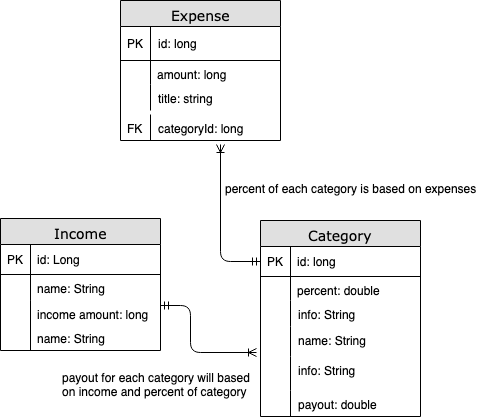
Above: docs/budget_erd_2.png in TreyPage/budget-backwards (draw.io), before the change. Source tidied: cells renumbered, new cells last; positions are measured from the earlier drawing's top-left corner, leaving out a move shared by most shapes.
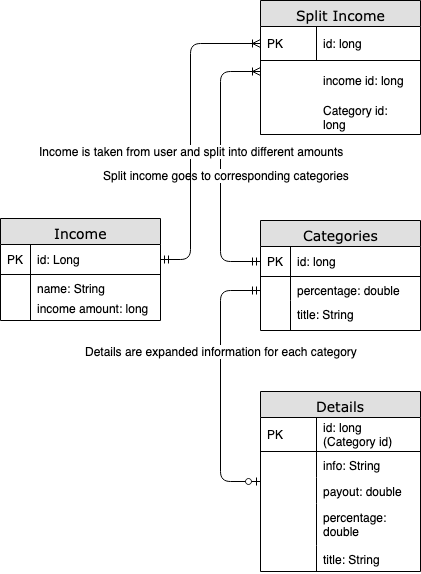
The same diagram one commit later.

What changed in the source:
```diff
@@ -2,128 +2,142 @@
   <root>
     <mxCell id="0" />
     <mxCell id="1" parent="0" />
-    <mxCell id="2" value="Expense" style="swimlane;html=1;fontStyle=0;horizontal=1;startSize=26;fillColor=#e0e0e0;swimlaneFillColor=#ffffff;align=center;rounded=0;shadow=0;comic=0;labelBackgroundColor=none;strokeColor=#000000;strokeWidth=1;fontFamily=Verdana;fontSize=14;fontColor=#000000;" parent="1" vertex="1">
-      <mxGeometry x="120" width="160" height="140" as="geometry" />
+    <mxCell id="2" value="Split Income" style="swimlane;html=1;fontStyle=0;horizontal=1;startSize=26;fillColor=#e0e0e0;swimlaneFillColor=#ffffff;align=center;rounded=0;shadow=0;comic=0;labelBackgroundColor=none;strokeColor=#000000;strokeWidth=1;fontFamily=Verdana;fontSize=14;fontColor=#000000;" parent="1" vertex="1">
+      <mxGeometry x="260" width="160" height="134" as="geometry" />
     </mxCell>
-    <mxCell id="3" value="id: long" style="shape=partialRectangle;top=0;left=0;right=0;bottom=1;html=1;align=left;verticalAlign=middle;fillColor=none;spacingLeft=35;spacingRight=4;whiteSpace=wrap;overflow=hidden;points=[[0,0.5],[1,0.5]];portConstraint=eastwest;fontStyle=0;" parent="2" vertex="1">
+    <mxCell id="3" value="id: long" style="shape=partialRectangle;top=0;left=0;right=0;bottom=1;html=1;align=left;verticalAlign=middle;fillColor=none;spacingLeft=60;spacingRight=4;whiteSpace=wrap;overflow=hidden;points=[[0,0.5],[1,0.5]];portConstraint=eastwest;fontStyle=0;" parent="2" vertex="1">
       <mxGeometry y="26" width="160" height="34" as="geometry" />
     </mxCell>
     <mxCell id="4" value="PK" style="shape=partialRectangle;fontStyle=0;top=0;left=0;bottom=0;html=1;fillColor=none;align=left;verticalAlign=middle;spacingLeft=4;spacingRight=4;whiteSpace=wrap;overflow=hidden;" parent="3" vertex="1">
-      <mxGeometry width="30" height="34" as="geometry" />
+      <mxGeometry width="56" height="34" as="geometry" />
     </mxCell>
-    <mxCell id="5" value="amount: long" style="shape=partialRectangle;top=0;left=0;right=0;bottom=0;html=1;align=left;verticalAlign=top;fillColor=none;spacingLeft=34;spacingRight=4;whiteSpace=wrap;overflow=hidden;" parent="2" vertex="1">
-      <mxGeometry y="60" width="160" height="24" as="geometry" />
+    <mxCell id="5" value="income id: long" style="shape=partialRectangle;top=0;left=1;right=0;bottom=0;html=1;align=left;verticalAlign=middle;fillColor=none;spacingLeft=60;spacingRight=4;whiteSpace=wrap;overflow=hidden;fontStyle=0;labelBorderColor=none;perimeterSpacing=0;" parent="2" vertex="1">
+      <mxGeometry y="60" width="160" height="40" as="geometry" />
     </mxCell>
-    <mxCell id="6" style="shape=partialRectangle;top=0;left=0;bottom=0;html=1;fillColor=none;align=left;verticalAlign=top;spacingLeft=4;spacingRight=4;whiteSpace=wrap;overflow=hidden;" parent="5" vertex="1">
-      <mxGeometry width="30" height="24" as="geometry" />
+    <mxCell id="6" value="Category id: long" style="shape=partialRectangle;top=0;left=1;right=0;bottom=0;html=1;align=left;verticalAlign=middle;fillColor=none;spacingLeft=60;spacingRight=4;whiteSpace=wrap;overflow=hidden;fontStyle=0;" parent="2" vertex="1">
+      <mxGeometry y="100" width="160" height="34" as="geometry" />
     </mxCell>
-    <mxCell id="7" value="title: string" style="shape=partialRectangle;top=0;left=0;right=0;bottom=0;html=1;align=left;verticalAlign=top;fillColor=none;spacingLeft=35;spacingRight=4;whiteSpace=wrap;overflow=hidden;" parent="2" vertex="1">
-      <mxGeometry y="84" width="160" height="26" as="geometry" />
+    <mxCell id="7" value="Categories" style="swimlane;html=1;fontStyle=0;horizontal=1;startSize=26;fillColor=#e0e0e0;swimlaneFillColor=#ffffff;align=center;rounded=0;shadow=0;comic=0;labelBackgroundColor=none;strokeColor=#000000;strokeWidth=1;fontFamily=Verdana;fontSize=14;fontColor=#000000;" parent="1" vertex="1">
+      <mxGeometry x="260" y="220" width="160" height="110" as="geometry" />
     </mxCell>
-    <mxCell id="8" style="shape=partialRectangle;top=0;left=0;bottom=0;html=1;fillColor=none;align=left;verticalAlign=top;spacingLeft=4;spacingRight=4;whiteSpace=wrap;overflow=hidden;points=[];portConstraint=eastwest;" parent="7" vertex="1">
-      <mxGeometry width="30" height="26" as="geometry" />
+    <mxCell id="8" value="id: long" style="shape=partialRectangle;top=0;left=0;right=0;bottom=1;html=1;align=left;verticalAlign=middle;fillColor=none;spacingLeft=34;spacingRight=4;whiteSpace=wrap;overflow=hidden;points=[[0,0.5],[1,0.5]];portConstraint=eastwest;fontStyle=0;" parent="7" vertex="1">
+      <mxGeometry y="26" width="160" height="30" as="geometry" />
     </mxCell>
-    <mxCell id="9" value="Category" style="swimlane;html=1;fontStyle=0;horizontal=1;startSize=26;fillColor=#e0e0e0;swimlaneFillColor=#ffffff;align=center;rounded=0;shadow=0;comic=0;labelBackgroundColor=none;strokeColor=#000000;strokeWidth=1;fontFamily=Verdana;fontSize=14;fontColor=#000000;" parent="1" vertex="1">
-      <mxGeometry x="260" y="220" width="160" height="196" as="geometry" />
+    <mxCell id="9" value="PK" style="shape=partialRectangle;top=0;left=0;bottom=0;html=1;fillColor=none;align=left;verticalAlign=middle;spacingLeft=4;spacingRight=4;whiteSpace=wrap;overflow=hidden;" parent="8" vertex="1">
+      <mxGeometry width="30" height="30" as="geometry" />
     </mxCell>
-    <mxCell id="10" value="id: long" style="shape=partialRectangle;top=0;left=0;right=0;bottom=1;html=1;align=left;verticalAlign=middle;fillColor=none;spacingLeft=34;spacingRight=4;whiteSpace=wrap;overflow=hidden;points=[[0,0.5],[1,0.5]];portConstraint=eastwest;fontStyle=0;" parent="9" vertex="1">
-      <mxGeometry y="26" width="160" height="30" as="geometry" />
+    <mxCell id="10" value="&lt;div&gt;percentage: double&lt;/div&gt;" style="shape=partialRectangle;top=0;left=0;right=0;bottom=0;html=1;align=left;verticalAlign=top;fillColor=none;spacingLeft=34;spacingRight=4;whiteSpace=wrap;overflow=hidden;points=[[0,0.5],[1,0.5]];portConstraint=eastwest;" parent="7" vertex="1">
+      <mxGeometry y="56" width="160" height="24" as="geometry" />
     </mxCell>
-    <mxCell id="11" value="PK" style="shape=partialRectangle;top=0;left=0;bottom=0;html=1;fillColor=none;align=left;verticalAlign=middle;spacingLeft=4;spacingRight=4;whiteSpace=wrap;overflow=hidden;" parent="10" vertex="1">
-      <mxGeometry width="30" height="30" as="geometry" />
+    <mxCell id="11" style="shape=partialRectangle;top=0;left=0;bottom=0;html=1;fillColor=none;align=left;verticalAlign=top;spacingLeft=4;spacingRight=4;whiteSpace=wrap;overflow=hidden;" parent="10" vertex="1">
+      <mxGeometry width="30" height="24" as="geometry" />
     </mxCell>
-    <mxCell id="12" value="&lt;div&gt;percent: double&lt;/div&gt;" style="shape=partialRectangle;top=0;left=0;right=0;bottom=0;html=1;align=left;verticalAlign=top;fillColor=none;spacingLeft=34;spacingRight=4;whiteSpace=wrap;overflow=hidden;" parent="9" vertex="1">
-      <mxGeometry y="56" width="160" height="24" as="geometry" />
+    <mxCell id="12" value="Details" style="swimlane;html=1;fontStyle=0;horizontal=1;startSize=26;fillColor=#e0e0e0;swimlaneFillColor=#ffffff;align=center;rounded=0;shadow=0;comic=0;labelBackgroundColor=none;strokeColor=#000000;strokeWidth=1;fontFamily=Verdana;fontSize=14;fontColor=#000000;" parent="1" vertex="1">
+      <mxGeometry x="260" y="391" width="160" height="180" as="geometry" />
     </mxCell>
-    <mxCell id="13" style="shape=partialRectangle;top=0;left=0;bottom=0;html=1;fillColor=none;align=left;verticalAlign=top;spacingLeft=4;spacingRight=4;whiteSpace=wrap;overflow=hidden;" parent="12" vertex="1">
-      <mxGeometry width="30" height="24" as="geometry" />
+    <mxCell id="13" value="id: long (Category id)" style="shape=partialRectangle;top=0;left=0;right=0;bottom=1;html=1;align=left;verticalAlign=middle;fillColor=none;spacingLeft=60;spacingRight=4;whiteSpace=wrap;overflow=hidden;fontStyle=0;" parent="12" vertex="1">
+      <mxGeometry y="26" width="160" height="34" as="geometry" />
     </mxCell>
-    <mxCell id="14" value="info: String" style="shape=partialRectangle;top=0;left=0;right=0;bottom=0;html=1;align=left;verticalAlign=top;fillColor=none;spacingLeft=35;spacingRight=4;whiteSpace=wrap;overflow=hidden;" parent="9" vertex="1">
-      <mxGeometry y="80" width="160" height="26" as="geometry" />
+    <mxCell id="14" value="PK" style="shape=partialRectangle;fontStyle=0;top=0;left=0;bottom=0;html=1;fillColor=none;align=left;verticalAlign=middle;spacingLeft=4;spacingRight=4;whiteSpace=wrap;overflow=hidden;" parent="13" vertex="1">
+      <mxGeometry width="56" height="34" as="geometry" />
     </mxCell>
-    <mxCell id="15" style="shape=partialRectangle;top=0;left=0;bottom=0;html=1;fillColor=none;align=left;verticalAlign=top;spacingLeft=4;spacingRight=4;whiteSpace=wrap;overflow=hidden;" parent="14" vertex="1">
-      <mxGeometry width="30" height="26" as="geometry" />
+    <mxCell id="15" value="info: String" style="shape=partialRectangle;top=0;left=0;right=0;bottom=0;html=1;align=left;verticalAlign=top;fillColor=none;spacingLeft=60;spacingRight=4;whiteSpace=wrap;overflow=hidden;" parent="12" vertex="1">
+      <mxGeometry y="60" width="160" height="26" as="geometry" />
     </mxCell>
-    <mxCell id="16" value="name: String" style="shape=partialRectangle;top=0;left=0;right=0;bottom=0;html=1;align=left;verticalAlign=top;fillColor=none;spacingLeft=35;spacingRight=4;whiteSpace=wrap;overflow=hidden;points=[[0,0.5],[1,0.5]];portConstraint=eastwest;" parent="9" vertex="1">
-      <mxGeometry y="106" width="160" height="30" as="geometry" />
+    <mxCell id="16" style="shape=partialRectangle;top=0;left=0;bottom=0;html=1;fillColor=none;align=left;verticalAlign=top;spacingLeft=4;spacingRight=4;whiteSpace=wrap;overflow=hidden;points=[];portConstraint=eastwest;" parent="15" vertex="1">
+      <mxGeometry width="56" height="26" as="geometry" />
     </mxCell>
-    <mxCell id="17" style="shape=partialRectangle;top=0;left=0;bottom=0;html=1;fillColor=none;align=left;verticalAlign=top;spacingLeft=4;spacingRight=4;whiteSpace=wrap;overflow=hidden;" parent="16" vertex="1">
-      <mxGeometry width="30" height="30" as="geometry" />
+    <mxCell id="17" value="payout: double" style="shape=partialRectangle;top=0;left=0;right=0;bottom=0;html=1;align=left;verticalAlign=top;fillColor=none;spacingLeft=60;spacingRight=4;whiteSpace=wrap;overflow=hidden;" parent="12" vertex="1">
+      <mxGeometry y="86" width="160" height="26" as="geometry" />
     </mxCell>
-    <mxCell id="18" value="info: String" style="shape=partialRectangle;top=0;left=0;right=0;bottom=0;html=1;align=left;verticalAlign=top;fillColor=none;spacingLeft=35;spacingRight=4;whiteSpace=wrap;overflow=hidden;" parent="9" vertex="1">
-      <mxGeometry y="136" width="160" height="34" as="geometry" />
+    <mxCell id="18" style="shape=partialRectangle;top=0;left=0;bottom=0;html=1;fillColor=none;align=left;verticalAlign=top;spacingLeft=4;spacingRight=4;whiteSpace=wrap;overflow=hidden;" parent="17" vertex="1">
+      <mxGeometry width="56" height="26" as="geometry" />
     </mxCell>
-    <mxCell id="19" style="shape=partialRectangle;top=0;left=0;bottom=0;html=1;fillColor=none;align=left;verticalAlign=top;spacingLeft=4;spacingRight=4;whiteSpace=wrap;overflow=hidden;" parent="18" vertex="1">
-      <mxGeometry width="30" height="34" as="geometry" />
+    <mxCell id="19" value="percentage: double" style="shape=partialRectangle;top=0;left=0;right=0;bottom=0;html=1;align=left;verticalAlign=top;fillColor=none;spacingLeft=60;spacingRight=4;whiteSpace=wrap;overflow=hidden;" parent="12" vertex="1">
+      <mxGeometry y="112" width="160" height="42" as="geometry" />
     </mxCell>
-    <mxCell id="20" value="payout: double" style="shape=partialRectangle;top=0;left=0;right=0;bottom=0;html=1;align=left;verticalAlign=top;fillColor=none;spacingLeft=35;spacingRight=4;whiteSpace=wrap;overflow=hidden;" parent="9" vertex="1">
-      <mxGeometry y="170" width="160" height="26" as="geometry" />
+    <mxCell id="20" style="shape=partialRectangle;top=0;left=0;bottom=0;html=1;fillColor=none;align=left;verticalAlign=top;spacingLeft=4;spacingRight=4;whiteSpace=wrap;overflow=hidden;" parent="19" vertex="1">
+      <mxGeometry width="56" height="42" as="geometry" />
     </mxCell>
-    <mxCell id="21" style="shape=partialRectangle;top=0;left=0;bottom=0;html=1;fillColor=none;align=left;verticalAlign=top;spacingLeft=4;spacingRight=4;whiteSpace=wrap;overflow=hidden;" parent="20" vertex="1">
-      <mxGeometry width="30" height="26" as="geometry" />
+    <mxCell id="21" value="title: String" style="shape=partialRectangle;top=0;left=0;right=0;bottom=0;html=1;align=left;verticalAlign=top;fillColor=none;spacingLeft=60;spacingRight=4;whiteSpace=wrap;overflow=hidden;" parent="12" vertex="1">
+      <mxGeometry y="154" width="160" height="26" as="geometry" />
     </mxCell>
-    <mxCell id="22" style="edgeStyle=orthogonalEdgeStyle;html=1;endArrow=ERoneToMany;startArrow=ERmandOne;labelBackgroundColor=none;fontFamily=Verdana;fontSize=14;exitX=0;exitY=0.5;endFill=0;startFill=0;entryX=0.625;entryY=1.154;entryDx=0;entryDy=0;entryPerimeter=0;" parent="1" edge="1" source="10" target="35">
-      <mxGeometry relative="1" as="geometry">
-        <Array as="points">
-          <mxPoint x="220" y="261" />
-        </Array>
-      </mxGeometry>
+    <mxCell id="22" style="shape=partialRectangle;top=0;left=0;bottom=0;html=1;fillColor=none;align=left;verticalAlign=top;spacingLeft=4;spacingRight=4;whiteSpace=wrap;overflow=hidden;" parent="21" vertex="1">
+      <mxGeometry width="56" height="26" as="geometry" />
     </mxCell>
-    <mxCell id="23" value="percent of each category is based on expenses" style="text;html=1;align=center;verticalAlign=middle;labelBackgroundColor=#ffffff;" parent="22" vertex="1">
-      <mxGeometry x="0.04" y="-2" relative="1" as="geometry">
-        <mxPoint x="128" y="-32" as="offset" />
+    <mxCell id="23" style="edgeStyle=orthogonalEdgeStyle;html=1;endArrow=ERoneToMany;startArrow=ERmandOne;labelBackgroundColor=none;fontFamily=Verdana;fontSize=14;exitX=0;exitY=0.5;endFill=0;startFill=0;" parent="1" edge="1" source="8">
+      <mxGeometry relative="1" as="geometry">
+        <mxPoint x="260" y="71" as="targetPoint" />
+        <Array as="points">
+          <mxPoint x="220" y="261" />
+          <mxPoint x="220" y="71" />
+        </Array>
       </mxGeometry>
     </mxCell>
-    <mxCell id="24" value="Income" style="swimlane;html=1;fontStyle=0;horizontal=1;startSize=26;fillColor=#e0e0e0;swimlaneFillColor=#ffffff;align=center;rounded=0;shadow=0;comic=0;labelBackgroundColor=none;strokeColor=#000000;strokeWidth=1;fontFamily=Verdana;fontSize=14;fontColor=#000000;" parent="1" vertex="1">
-      <mxGeometry y="218" width="160" height="132" as="geometry" />
+    <mxCell id="24" value="Split income goes to corresponding categories" style="text;html=1;align=center;verticalAlign=middle;labelBackgroundColor=#ffffff;" parent="23" vertex="1">
+      <mxGeometry x="-0.06" y="-5" relative="1" as="geometry" />
     </mxCell>
-    <mxCell id="25" value="id: Long" style="shape=partialRectangle;top=0;left=0;right=0;bottom=1;html=1;align=left;verticalAlign=middle;fillColor=none;spacingLeft=34;spacingRight=4;whiteSpace=wrap;overflow=hidden;fontStyle=0;" parent="24" vertex="1">
-      <mxGeometry y="26" width="160" height="30" as="geometry" />
+    <mxCell id="25" style="edgeStyle=orthogonalEdgeStyle;html=1;endArrow=ERmandOne;endFill=0;startArrow=ERzeroToOne;labelBackgroundColor=none;fontFamily=Verdana;fontSize=14;exitX=0;exitY=0.5;startFill=1;" parent="1" edge="1">
+      <mxGeometry relative="1" as="geometry">
+        <mxPoint x="260" y="481" as="sourcePoint" />
+        <mxPoint x="260" y="290" as="targetPoint" />
+        <Array as="points">
+          <mxPoint x="220" y="481" />
+          <mxPoint x="220" y="290" />
+          <mxPoint x="260" y="290" />
+        </Array>
+      </mxGeometry>
     </mxCell>
-    <mxCell id="26" value="PK" style="shape=partialRectangle;top=0;left=0;bottom=0;html=1;fillColor=none;align=left;verticalAlign=middle;spacingLeft=4;spacingRight=4;whiteSpace=wrap;overflow=hidden;" parent="25" vertex="1">
-      <mxGeometry width="30" height="30" as="geometry" />
+    <mxCell id="26" value="Details are expanded information for each category" style="text;html=1;align=center;verticalAlign=middle;labelBackgroundColor=#ffffff;" parent="25" vertex="1">
+      <mxGeometry x="0.15" y="-3" relative="1" as="geometry">
+        <mxPoint x="-3" y="-15" as="offset" />
+      </mxGeometry>
     </mxCell>
-    <mxCell id="27" value="&lt;div&gt;name: String&lt;/div&gt;&lt;div&gt;&lt;br&gt;&lt;/div&gt;" style="shape=partialRectangle;top=0;left=0;right=0;bottom=0;html=1;align=left;verticalAlign=top;fillColor=none;spacingLeft=34;spacingRight=4;whiteSpace=wrap;overflow=hidden;" parent="24" vertex="1">
-      <mxGeometry y="56" width="160" height="26" as="geometry" />
+    <mxCell id="27" value="Income" style="swimlane;html=1;fontStyle=0;horizontal=1;startSize=26;fillColor=#e0e0e0;swimlaneFillColor=#ffffff;align=center;rounded=0;shadow=0;comic=0;labelBackgroundColor=none;strokeColor=#000000;strokeWidth=1;fontFamily=Verdana;fontSize=14;fontColor=#000000;" parent="1" vertex="1">
+      <mxGeometry y="218" width="160" height="102" as="geometry" />
     </mxCell>
-    <mxCell id="28" style="shape=partialRectangle;top=0;left=0;bottom=0;html=1;fillColor=none;align=left;verticalAlign=top;spacingLeft=4;spacingRight=4;whiteSpace=wrap;overflow=hidden;points=[];portConstraint=eastwest;" parent="27" vertex="1">
-      <mxGeometry width="30" height="26" as="geometry" />
+    <mxCell id="28" value="id: Long" style="shape=partialRectangle;top=0;left=0;right=0;bottom=1;html=1;align=left;verticalAlign=middle;fillColor=none;spacingLeft=34;spacingRight=4;whiteSpace=wrap;overflow=hidden;points=[[0,0.5],[1,0.5]];portConstraint=eastwest;fontStyle=0;" parent="27" vertex="1">
+      <mxGeometry y="26" width="160" height="30" as="geometry" />
     </mxCell>
-    <mxCell id="29" style="shape=partialRectangle;top=0;left=0;right=0;bottom=0;html=1;align=left;verticalAlign=top;fillColor=none;spacingLeft=34;spacingRight=4;whiteSpace=wrap;overflow=hidden;" parent="24" vertex="1">
-      <mxGeometry y="82" width="160" height="10" as="geometry" />
+    <mxCell id="29" value="PK" style="shape=partialRectangle;top=0;left=0;bottom=0;html=1;fillColor=none;align=left;verticalAlign=middle;spacingLeft=4;spacingRight=4;whiteSpace=wrap;overflow=hidden;" parent="28" vertex="1">
+      <mxGeometry width="30" height="30" as="geometry" />
     </mxCell>
-    <mxCell id="30" style="shape=partialRectangle;top=0;left=0;bottom=0;html=1;fillColor=none;align=left;verticalAlign=top;spacingLeft=4;spacingRight=4;whiteSpace=wrap;overflow=hidden;" parent="29" vertex="1">
-      <mxGeometry width="30" height="10" as="geometry" />
+    <mxCell id="30" value="&lt;div&gt;name: String&lt;/div&gt;&lt;div&gt;&lt;br&gt;&lt;/div&gt;" style="shape=partialRectangle;top=0;left=0;right=0;bottom=0;html=1;align=left;verticalAlign=top;fillColor=none;spacingLeft=34;spacingRight=4;whiteSpace=wrap;overflow=hidden;" parent="27" vertex="1">
+      <mxGeometry y="56" width="160" height="26" as="geometry" />
     </mxCell>
-    <mxCell id="31" value="income amount: long" style="shape=partialRectangle;top=0;left=0;right=0;bottom=0;html=1;align=left;verticalAlign=top;fillColor=none;spacingLeft=34;spacingRight=4;whiteSpace=wrap;overflow=hidden;" parent="1" vertex="1">
-      <mxGeometry y="300" width="160" height="26" as="geometry" />
+    <mxCell id="31" style="shape=partialRectangle;top=0;left=0;bottom=0;html=1;fillColor=none;align=left;verticalAlign=top;spacingLeft=4;spacingRight=4;whiteSpace=wrap;overflow=hidden;" parent="30" vertex="1">
+      <mxGeometry width="30" height="26" as="geometry" />
     </mxCell>
-    <mxCell id="32" style="shape=partialRectangle;top=0;left=0;bottom=0;html=1;fillColor=none;align=left;verticalAlign=top;spacingLeft=4;spacingRight=4;whiteSpace=wrap;overflow=hidden;" parent="31" vertex="1">
-      <mxGeometry width="30" height="26" as="geometry" />
+    <mxCell id="32" style="shape=partialRectangle;top=0;left=0;right=0;bottom=0;html=1;align=left;verticalAlign=top;fillColor=none;spacingLeft=34;spacingRight=4;whiteSpace=wrap;overflow=hidden;" parent="27" vertex="1">
+      <mxGeometry y="82" width="160" height="10" as="geometry" />
     </mxCell>
-    <mxCell id="33" value="&lt;div&gt;name: String&lt;/div&gt;&lt;div&gt;&lt;br&gt;&lt;/div&gt;" style="shape=partialRectangle;top=0;left=0;right=0;bottom=0;html=1;align=left;verticalAlign=top;fillColor=none;spacingLeft=34;spacingRight=4;whiteSpace=wrap;overflow=hidden;" parent="1" vertex="1">
-      <mxGeometry y="324" width="160" height="26" as="geometry" />
+    <mxCell id="33" style="shape=partialRectangle;top=0;left=0;bottom=0;html=1;fillColor=none;align=left;verticalAlign=top;spacingLeft=4;spacingRight=4;whiteSpace=wrap;overflow=hidden;" parent="32" vertex="1">
+      <mxGeometry width="30" height="10" as="geometry" />
     </mxCell>
-    <mxCell id="34" style="shape=partialRectangle;top=0;left=0;bottom=0;html=1;fillColor=none;align=left;verticalAlign=top;spacingLeft=4;spacingRight=4;whiteSpace=wrap;overflow=hidden;" parent="33" vertex="1">
-      <mxGeometry width="30" height="26" as="geometry" />
+    <mxCell id="34" style="html=1;endArrow=ERoneToMany;endFill=0;labelBackgroundColor=none;fontFamily=Verdana;fontSize=14;exitX=1;exitY=0.5;startArrow=ERmandOne;startFill=0;entryX=0;entryY=0.5;entryDx=0;entryDy=0;edgeStyle=orthogonalEdgeStyle;" parent="1" edge="1" source="28" target="3">
+      <mxGeometry relative="1" as="geometry">
+        <Array as="points">
+          <mxPoint x="190" y="259" />
+          <mxPoint x="190" y="43" />
+        </Array>
+      </mxGeometry>
     </mxCell>
-    <mxCell id="35" value="categoryId: long" style="shape=partialRectangle;top=0;left=0;right=0;bottom=0;html=1;align=left;verticalAlign=top;fillColor=none;spacingLeft=35;spacingRight=4;whiteSpace=wrap;overflow=hidden;points=[[0,0.5],[1,0.5]];portConstraint=eastwest;" parent="1" vertex="1">
-      <mxGeometry x="120" y="114" width="160" height="26" as="geometry" />
+    <mxCell id="35" value="Income is taken from user and split into different amounts" style="text;html=1;points=[];align=center;verticalAlign=middle;labelBackgroundColor=#ffffff;" parent="34" vertex="1">
+      <mxGeometry x="-0.04" relative="1" as="geometry">
+        <mxPoint y="13" as="offset" />
+      </mxGeometry>
     </mxCell>
-    <mxCell id="36" value="FK" style="shape=partialRectangle;top=0;left=0;bottom=0;html=1;fillColor=none;align=left;verticalAlign=top;spacingLeft=4;spacingRight=4;whiteSpace=wrap;overflow=hidden;" parent="35" vertex="1">
-      <mxGeometry width="30" height="26" as="geometry" />
+    <mxCell id="36" value="income amount: long" style="shape=partialRectangle;top=0;left=0;right=0;bottom=0;html=1;align=left;verticalAlign=top;fillColor=none;spacingLeft=34;spacingRight=4;whiteSpace=wrap;overflow=hidden;" parent="1" vertex="1">
+      <mxGeometry y="294" width="160" height="26" as="geometry" />
     </mxCell>
-    <mxCell id="37" style="html=1;endArrow=ERoneToMany;endFill=0;labelBackgroundColor=none;fontFamily=Verdana;fontSize=14;exitX=1;exitY=0.5;startArrow=ERmandOne;startFill=0;edgeStyle=orthogonalEdgeStyle;entryX=-0.025;entryY=0.867;entryDx=0;entryDy=0;entryPerimeter=0;" parent="1" edge="1" target="16">
-      <mxGeometry relative="1" as="geometry">
-        <mxPoint x="160" y="305" as="sourcePoint" />
-        <Array as="points">
-          <mxPoint x="190" y="305" />
-          <mxPoint x="190" y="352" />
-        </Array>
-      </mxGeometry>
+    <mxCell id="37" style="shape=partialRectangle;top=0;left=0;bottom=0;html=1;fillColor=none;align=left;verticalAlign=top;spacingLeft=4;spacingRight=4;whiteSpace=wrap;overflow=hidden;" parent="36" vertex="1">
+      <mxGeometry width="30" height="26" as="geometry" />
     </mxCell>
-    <mxCell id="38" value="&lt;div&gt;payout for each category will based &lt;br&gt;&lt;/div&gt;&lt;div&gt;on income and percent of category&lt;/div&gt;" style="text;html=1;align=left;verticalAlign=top;spacingTop=-4;" parent="1" vertex="1">
-      <mxGeometry x="60" y="368" width="200" height="30" as="geometry" />
+    <mxCell id="38" value="title: String" style="shape=partialRectangle;top=0;left=0;right=0;bottom=0;html=1;align=left;verticalAlign=top;fillColor=none;spacingLeft=34;spacingRight=4;whiteSpace=wrap;overflow=hidden;" parent="1" vertex="1">
+      <mxGeometry x="260" y="300" width="160" height="30" as="geometry" />
     </mxCell>
+    <mxCell id="39" style="shape=partialRectangle;top=0;left=0;bottom=0;html=1;fillColor=none;align=left;verticalAlign=top;spacingLeft=4;spacingRight=4;whiteSpace=wrap;overflow=hidden;" parent="38" vertex="1">
+      <mxGeometry width="30" height="30" as="geometry" />
+    </mxCell>
   </root>
 </mxGraphModel>
```
